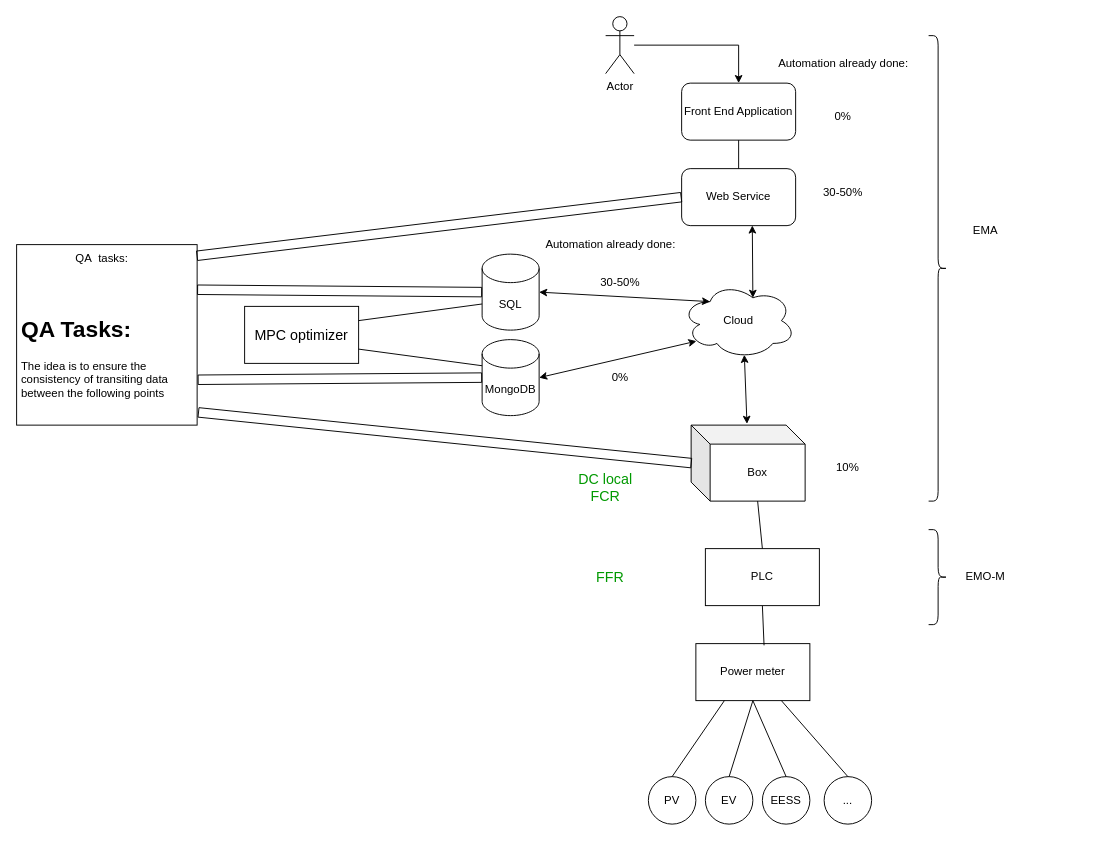
This is diagramGlobal.drawio from jpgros/DiagramsSchneider, a draw.io file, before an edit. Source tidied: cells renumbered, new cells numbered last; positions are measured from the earlier drawing's top-left corner, leaving out a move shared by most shapes. Both pictures are drawn from the tidied source at 95%, with x=0, y=0 at pixel (16, 16).
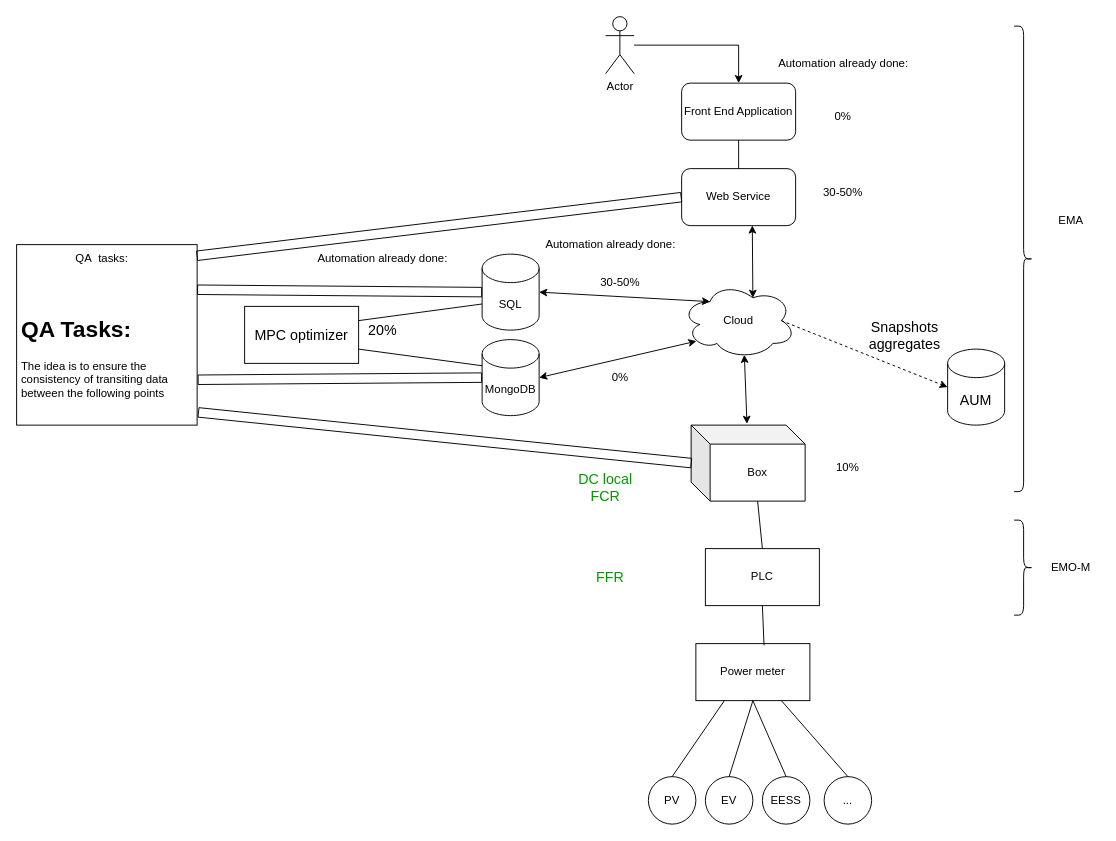
The same diagram, later.

The change refers to these unchanged cells:
```xml
<mxCell id="6" value="Cloud" style="ellipse;shape=cloud;whiteSpace=wrap;html=1;" parent="1" vertex="1">
  <mxGeometry x="700" y="280" width="120" height="80" as="geometry" />
</mxCell>
```

What changed in the source:
```diff
@@
     <mxCell id="40" style="shape=curlyBracket;whiteSpace=wrap;html=1;rounded=1;flipH=1;" parent="1" vertex="1">
-      <mxGeometry x="960" y="20" width="20" height="490" as="geometry" />
+      <mxGeometry x="1050" y="10" width="20" height="490" as="geometry" />
     </mxCell>
     <mxCell id="41" value="EMO-M" style="text;html=1;strokeColor=none;fillColor=none;align=center;verticalAlign=middle;whiteSpace=wrap;rounded=0;" parent="1" vertex="1">
-      <mxGeometry x="990" y="575" width="60" height="30" as="geometry" />
+      <mxGeometry x="1080" y="565" width="60" height="30" as="geometry" />
     </mxCell>
     <mxCell id="42" value="EMA" style="text;html=1;strokeColor=none;fillColor=none;align=center;verticalAlign=middle;whiteSpace=wrap;rounded=0;" parent="1" vertex="1">
-      <mxGeometry x="990" y="210" width="60" height="30" as="geometry" />
+      <mxGeometry x="1080" y="200" width="60" height="30" as="geometry" />
     </mxCell>
     <mxCell id="43" style="shape=curlyBracket;whiteSpace=wrap;html=1;rounded=1;flipH=1;" parent="1" vertex="1">
-      <mxGeometry x="960" y="540" width="20" height="100" as="geometry" />
+      <mxGeometry x="1050" y="530" width="20" height="100" as="geometry" />
     </mxCell>
@@
+    <mxCell id="51" value="Automation already done:" style="text;html=1;align=center;verticalAlign=middle;strokeColor=none;fillColor=none;" parent="1" vertex="1">
+      <mxGeometry x="310" y="245" width="150" height="20" as="geometry" />
+    </mxCell>
+    <mxCell id="52" value="20%" style="text;html=1;align=center;verticalAlign=middle;strokeColor=none;fillColor=none;fontSize=15;fontColor=#000000;" parent="1" vertex="1">
+      <mxGeometry x="360" y="320" width="50" height="20" as="geometry" />
+    </mxCell>
+    <mxCell id="53" style="endArrow=classic;html=1;rounded=0;fontSize=15;fontColor=#000000;exitX=0.875;exitY=0.5;exitDx=0;exitDy=0;exitPerimeter=0;dashed=1;entryX=0;entryY=0.5;entryDx=0;entryDy=0;entryPerimeter=0;" parent="1" edge="1" source="6" target="55">
+      <mxGeometry relative="1" as="geometry" />
+    </mxCell>
+    <mxCell id="54" value="Snapshots aggregates" style="text;html=1;strokeColor=none;fillColor=none;align=center;verticalAlign=middle;whiteSpace=wrap;rounded=0;fontSize=15;fontColor=#000000;" parent="1" vertex="1">
+      <mxGeometry x="905" y="320" width="60" height="30" as="geometry" />
+    </mxCell>
+    <mxCell id="55" value="AUM" style="shape=cylinder3;whiteSpace=wrap;html=1;boundedLbl=1;backgroundOutline=1;size=15;fontSize=15;fontColor=#000000;" parent="1" vertex="1">
+      <mxGeometry x="980" y="350" width="60" height="80" as="geometry" />
+    </mxCell>
```
